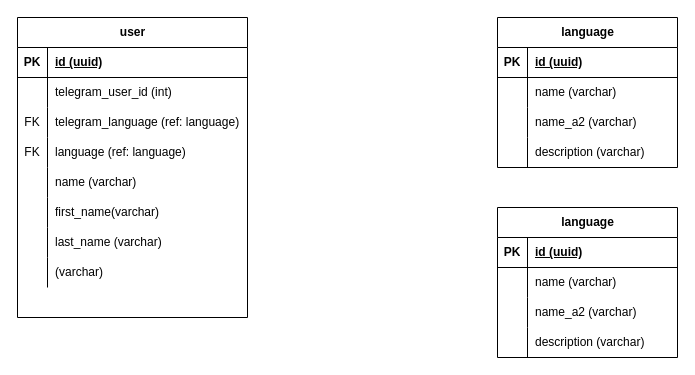
This is Диаграмма без названия.drawio from essayNEXT/blue, a draw.io file, before an edit. Source tidied: cells renumbered, new cells numbered last; positions are measured from the earlier drawing's top-left corner, leaving out a move shared by most shapes. Both pictures are drawn from the tidied source at 100%, with x=0, y=0 at pixel (17, 17).
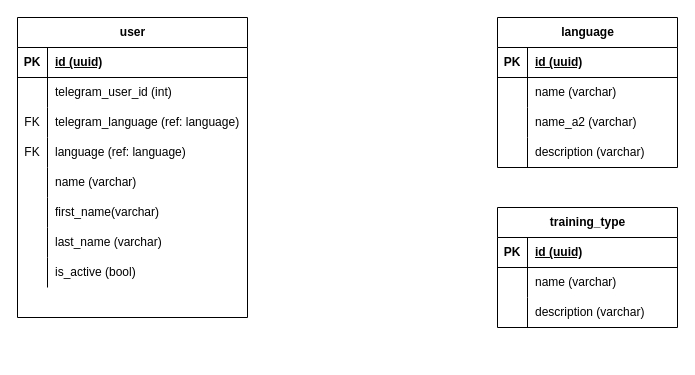
The same diagram, later.

Unchanged cells that the change refers to:
```xml
<mxCell id="24" style="shape=tableRow;horizontal=0;startSize=0;swimlaneHead=0;swimlaneBody=0;fillColor=none;top=0;left=0;right=0;bottom=0;" parent="2" vertex="1">
  <mxGeometry y="240" width="230" height="30" as="geometry" />
</mxCell>
```

Change to the diagram source:
```diff
@@
-    <mxCell id="26" value="(varchar)" style="shape=partialRectangle;fillColor=none;top=0;left=0;bottom=0;right=0;align=left;spacingLeft=6;overflow=hidden;whiteSpace=wrap;html=1;" parent="24" vertex="1">
+    <mxCell id="26" value="is_active (bool)" style="shape=partialRectangle;fillColor=none;top=0;left=0;bottom=0;right=0;align=left;spacingLeft=6;overflow=hidden;whiteSpace=wrap;html=1;" parent="24" vertex="1">
       <mxGeometry x="30" width="200" height="30" as="geometry" />
     </mxCell>
@@
-    <mxCell id="40" value="language" style="shape=table;startSize=30;childLayout=tableLayout;rowLines=0;fontStyle=1;align=center;html=1;" parent="1" vertex="1">
-      <mxGeometry x="480" y="190" width="180" height="150" as="geometry" />
+    <mxCell id="40" value="training_type" style="shape=table;startSize=30;childLayout=tableLayout;rowLines=0;fontStyle=1;align=center;html=1;" parent="1" vertex="1">
+      <mxGeometry x="480" y="190" width="180" height="120" as="geometry" />
     </mxCell>
@@
-    <mxCell id="47" style="shape=tableRow;horizontal=0;startSize=0;swimlaneHead=0;swimlaneBody=0;fillColor=none;top=0;left=0;right=0;bottom=0;" parent="40" vertex="1">
-      <mxGeometry y="90" width="180" height="30" as="geometry" />
-    </mxCell>
-    <mxCell id="48" style="shape=partialRectangle;fillColor=none;top=0;left=0;bottom=0;right=0;overflow=hidden;whiteSpace=wrap;html=1;" parent="47" vertex="1">
-      <mxGeometry width="30" height="30" as="geometry" />
-    </mxCell>
-    <mxCell id="49" value="name_a2 (varchar)" style="shape=partialRectangle;fillColor=none;top=0;left=0;bottom=0;right=0;align=left;spacingLeft=6;overflow=hidden;whiteSpace=wrap;html=1;" parent="47" vertex="1">
-      <mxGeometry x="30" width="150" height="30" as="geometry" />
-    </mxCell>
     <mxCell id="50" style="shape=tableRow;horizontal=0;startSize=0;swimlaneHead=0;swimlaneBody=0;fillColor=none;top=0;left=0;right=0;bottom=0;" parent="40" vertex="1">
-      <mxGeometry y="120" width="180" height="30" as="geometry" />
+      <mxGeometry y="90" width="180" height="30" as="geometry" />
     </mxCell>
```
